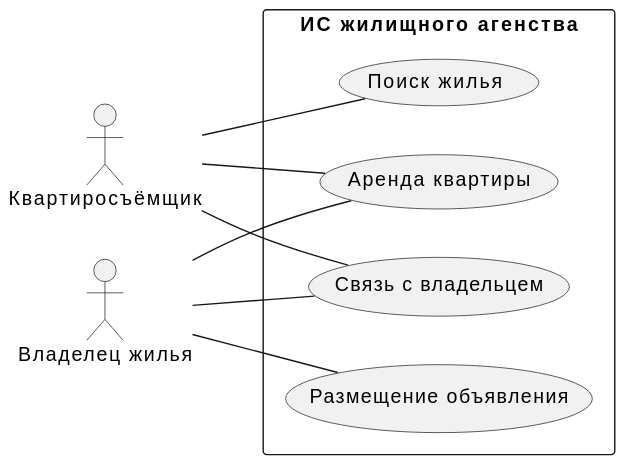
This is assets/plantuml/use_case_diagram.svg from penamarth/bsbo-13-22_team1_var8, a PlantUML export, as it was before one commit. Source of this version:
```plantuml
@startuml
skinparam packageStyle rect
left to right direction

:Квартиросъёмщик:
:Владелец жилья:

package "ИС жилищного агенства" {

(Размещение объявления)
(Поиск жилья)
(Аренда квартиры)
(Связь с владельцем)

}

:Квартиросъёмщик: -- (Поиск жилья)
:Квартиросъёмщик: -- (Аренда квартиры)
:Квартиросъёмщик: -- (Связь с владельцем)

:Владелец жилья: -- (Размещение объявления)
:Владелец жилья: -- (Аренда квартиры)
:Владелец жилья: -- (Связь с владельцем)
@enduml
```
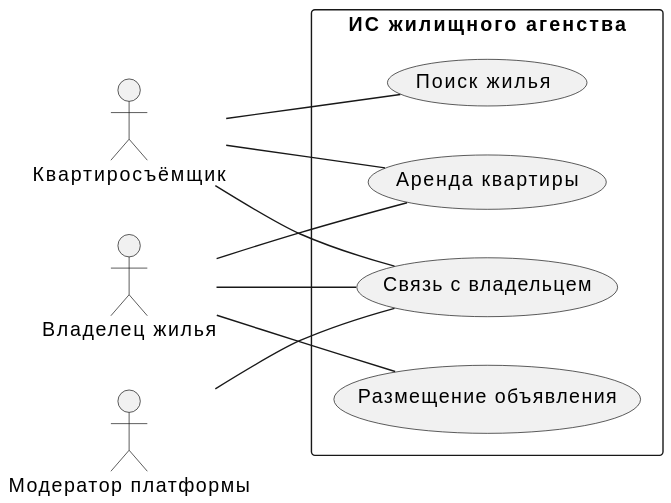
The same diagram one commit later.

Commit message:
update use case diagram

The edit, as a diff of the source:
```diff
@@ -4,6 +4,7 @@
 
 :Квартиросъёмщик:
 :Владелец жилья:
+:Модератор платформы:
 
 package "ИС жилищного агенства" {
 
@@ -21,4 +22,6 @@
 :Владелец жилья: -- (Размещение объявления)
 :Владелец жилья: -- (Аренда квартиры)
 :Владелец жилья: -- (Связь с владельцем)
+
+:Модератор платформы: -- (Связь с владельцем)
 @enduml
```
